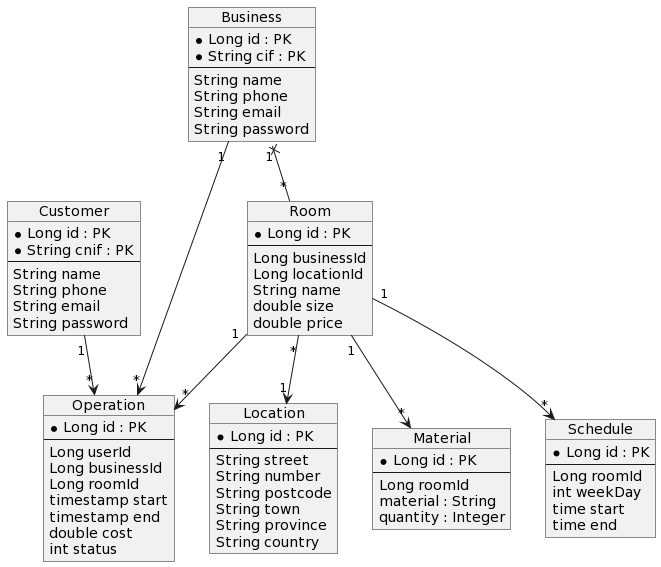
The PlantUML diagram DB-schema.png in kikegb/ReservaTuSala-back, before a commit.
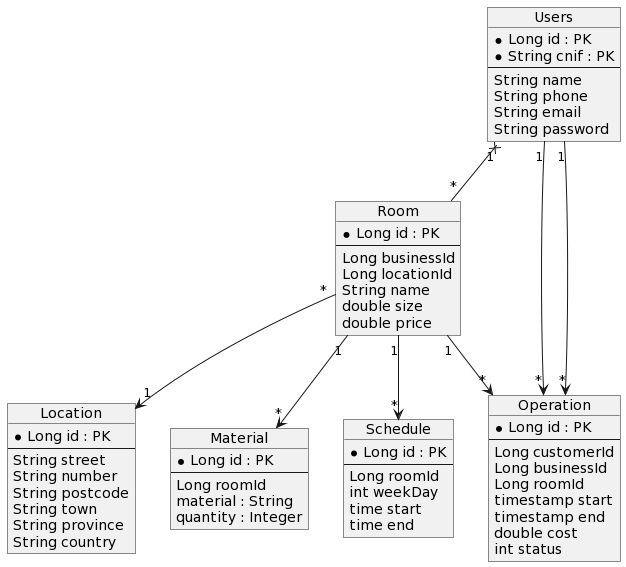
The same file after the commit.

Commit message:
update database schema on README file

Diff of the diagram source:
```diff
@@ -1,16 +1,7 @@
 @startuml
-object Customer {
+object Users {
     * Long id : PK
     * String cnif : PK
-    --
-    String name
-    String phone
-    String email
-    String password
-}
-object Business {
-    * Long id : PK
-    * String cif : PK
     --
     String name
     String phone
@@ -54,7 +45,7 @@
 object Operation {
     * Long id : PK
     --
-    Long userId
+    Long customerId
     Long businessId
     Long roomId
     timestamp start
@@ -63,9 +54,9 @@
     int status
 }
 
-Customer "1" --> "*" Operation
-Business "1" --> "*" Operation
-Business "1" x-- "*" Room
+Users "1" --> "*" Operation
+Users "1" --> "*" Operation
+Users "1" x-- "*" Room
 Room "1" --> "*" Schedule
 Room "1" --> "*" Material
 Room "1" --> "*" Operation
```
